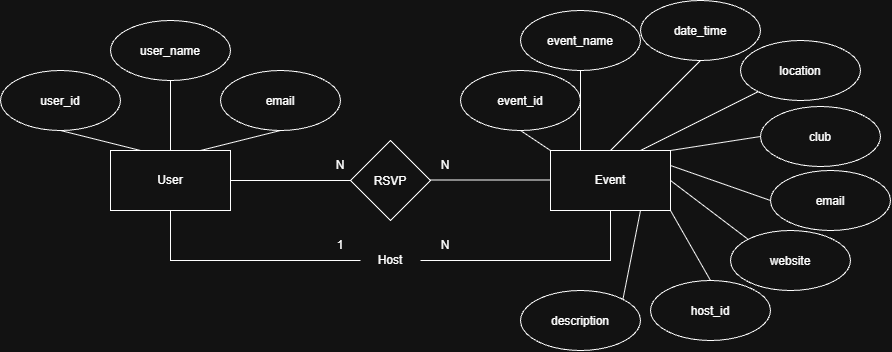
The draw.io diagram MVP ER Diagram.png in nfallin/campus-connect, before a commit. Source tidied: cells renumbered, new cells last; positions are measured from the earlier drawing's top-left corner, leaving out a move shared by most shapes.
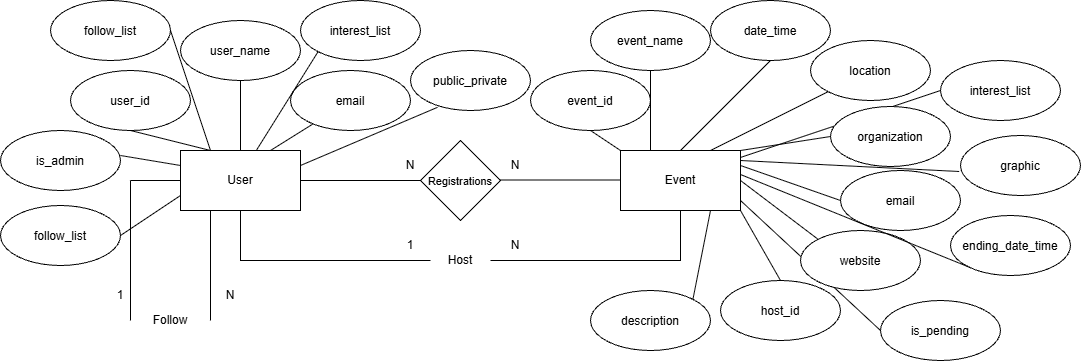
After the change.

Change to the diagram source:
```diff
@@ -2,6 +2,15 @@
   <root>
     <mxCell id="0" />
     <mxCell id="1" parent="0" />
+    <mxCell id="38" style="edgeStyle=none;rounded=0;orthogonalLoop=1;jettySize=auto;html=1;exitX=0.5;exitY=1;exitDx=0;exitDy=0;endArrow=none;endFill=0;" parent="1" edge="1">
+      <mxGeometry relative="1" as="geometry">
+        <mxPoint x="670" y="200" as="sourcePoint" />
+        <mxPoint x="810" y="330" as="targetPoint" />
+      </mxGeometry>
+    </mxCell>
+    <mxCell id="39" style="endArrow=none;html=1;rounded=0;defaultLabelBackgroundColor=page;exitX=1.003;exitY=0.114;exitDx=0;exitDy=0;exitPerimeter=0;entryX=0;entryY=0.5;entryDx=0;entryDy=0;" parent="1" edge="1" source="6" target="46">
+      <mxGeometry relative="1" as="geometry" />
+    </mxCell>
     <mxCell id="2" style="edgeStyle=none;rounded=0;jettySize=auto;html=1;exitX=1;exitY=0.5;exitDx=0;exitDy=0;entryX=0;entryY=0.5;entryDx=0;entryDy=0;startArrow=none;startFill=0;endArrow=none;endFill=0;" parent="1" edge="1" source="4" target="7">
       <mxGeometry relative="1" as="geometry" />
     </mxCell>
@@ -17,7 +26,7 @@
     <mxCell id="6" value="Event" style="rounded=0;whiteSpace=wrap;html=1;" parent="1" vertex="1">
       <mxGeometry x="550" y="150" width="120" height="60" as="geometry" />
     </mxCell>
-    <mxCell id="7" value="RSVP" style="rhombus;whiteSpace=wrap;html=1;shapeInside=1;" parent="1" vertex="1">
+    <mxCell id="7" value="&lt;font style=&quot;font-size: 11px;&quot;&gt;Registrations&lt;/font&gt;" style="rhombus;whiteSpace=wrap;html=1;shapeInside=1;" parent="1" vertex="1">
       <mxGeometry x="350" y="140" width="80" height="80" as="geometry" />
     </mxCell>
     <mxCell id="8" style="edgeStyle=none;rounded=0;orthogonalLoop=1;jettySize=auto;html=1;exitX=1;exitY=0.5;exitDx=0;exitDy=0;entryX=0;entryY=0.5;entryDx=0;entryDy=0;startArrow=none;startFill=0;endArrow=none;endFill=0;" parent="1" edge="1">
@@ -50,7 +59,7 @@
     <mxCell id="16" value="user_name" style="ellipse;whiteSpace=wrap;html=1;shapeInside=1;" parent="1" vertex="1">
       <mxGeometry x="110" y="20" width="120" height="60" as="geometry" />
     </mxCell>
-    <mxCell id="17" style="edgeStyle=none;rounded=0;jettySize=auto;html=1;exitX=0.5;exitY=1;exitDx=0;exitDy=0;entryX=0.75;entryY=0;entryDx=0;entryDy=0;endArrow=none;endFill=0;" parent="1" edge="1" source="18" target="4">
+    <mxCell id="17" style="edgeStyle=none;rounded=0;jettySize=auto;html=1;entryX=0.75;entryY=0;entryDx=0;entryDy=0;endArrow=none;endFill=0;" parent="1" edge="1" source="18" target="4">
       <mxGeometry relative="1" as="geometry" />
     </mxCell>
     <mxCell id="18" value="email" style="ellipse;whiteSpace=wrap;html=1;shapeInside=1;" parent="1" vertex="1">
@@ -104,7 +113,7 @@
     <mxCell id="34" value="description" style="ellipse;whiteSpace=wrap;html=1;shapeInside=1;" parent="1" vertex="1">
       <mxGeometry x="520" y="290" width="120" height="60" as="geometry" />
     </mxCell>
-    <mxCell id="35" value="club" style="ellipse;whiteSpace=wrap;html=1;shapeInside=1;" parent="1" vertex="1">
+    <mxCell id="35" value="organization" style="ellipse;whiteSpace=wrap;html=1;shapeInside=1;" parent="1" vertex="1">
       <mxGeometry x="760" y="106" width="120" height="60" as="geometry" />
     </mxCell>
     <mxCell id="36" style="edgeStyle=none;rounded=0;jettySize=auto;html=1;entryX=0.75;entryY=1;entryDx=0;entryDy=0;endArrow=none;endFill=0;exitX=1;exitY=0;exitDx=0;exitDy=0;" parent="1" edge="1" source="34" target="6">
@@ -113,5 +122,82 @@
     <mxCell id="37" value="email" style="ellipse;whiteSpace=wrap;html=1;shapeInside=1;" parent="1" vertex="1">
       <mxGeometry x="770" y="170" width="120" height="60" as="geometry" />
     </mxCell>
+    <mxCell id="40" style="endArrow=none;html=1;rounded=0;defaultLabelBackgroundColor=page;exitX=0;exitY=0.5;exitDx=0;exitDy=0;" parent="1" edge="1" source="4">
+      <mxGeometry relative="1" as="geometry">
+        <mxPoint x="60" y="180" as="targetPoint" />
+      </mxGeometry>
+    </mxCell>
+    <mxCell id="41" style="endArrow=none;html=1;rounded=0;defaultLabelBackgroundColor=page;entryX=0;entryY=0.5;entryDx=0;entryDy=0;" parent="1" edge="1">
+      <mxGeometry relative="1" as="geometry">
+        <mxPoint x="60" y="180" as="sourcePoint" />
+        <mxPoint x="60" y="320" as="targetPoint" />
+      </mxGeometry>
+    </mxCell>
+    <mxCell id="42" style="endArrow=none;html=1;rounded=0;defaultLabelBackgroundColor=page;exitX=1;exitY=0.5;exitDx=0;exitDy=0;entryX=0.25;entryY=1;entryDx=0;entryDy=0;" parent="1" edge="1" target="4">
+      <mxGeometry relative="1" as="geometry">
+        <mxPoint x="140" y="320" as="sourcePoint" />
+      </mxGeometry>
+    </mxCell>
+    <mxCell id="43" value="1" style="text;html=1;whiteSpace=wrap;strokeColor=none;fillColor=none;align=center;verticalAlign=middle;rounded=0;" parent="1" vertex="1">
+      <mxGeometry x="20" y="280" width="60" height="30" as="geometry" />
+    </mxCell>
+    <mxCell id="44" value="N" style="text;html=1;whiteSpace=wrap;strokeColor=none;fillColor=none;align=center;verticalAlign=middle;rounded=0;" parent="1" vertex="1">
+      <mxGeometry x="130" y="280" width="60" height="30" as="geometry" />
+    </mxCell>
+    <mxCell id="45" value="interest_list" style="ellipse;whiteSpace=wrap;html=1;shapeInside=1;" parent="1" vertex="1">
+      <mxGeometry x="230" width="120" height="60" as="geometry" />
+    </mxCell>
+    <mxCell id="46" value="interest_list&lt;div&gt;&lt;br&gt;&lt;/div&gt;" style="ellipse;whiteSpace=wrap;html=1;shapeInside=1;" parent="1" vertex="1">
+      <mxGeometry x="870" y="60" width="120" height="60" as="geometry" />
+    </mxCell>
+    <mxCell id="47" style="edgeStyle=none;rounded=0;jettySize=auto;html=1;exitX=0;exitY=1;exitDx=0;exitDy=0;entryX=0.635;entryY=-0.011;entryDx=0;entryDy=0;endArrow=none;endFill=0;entryPerimeter=0;" parent="1" edge="1" source="45" target="4">
+      <mxGeometry relative="1" as="geometry" />
+    </mxCell>
+    <mxCell id="48" value="graphic" style="ellipse;whiteSpace=wrap;html=1;shapeInside=1;" parent="1" vertex="1">
+      <mxGeometry x="890" y="135" width="120" height="60" as="geometry" />
+    </mxCell>
+    <mxCell id="49" style="endArrow=none;html=1;rounded=0;defaultLabelBackgroundColor=page;entryX=-0.011;entryY=0.6;entryDx=0;entryDy=0;entryPerimeter=0;" parent="1" edge="1" target="48">
+      <mxGeometry relative="1" as="geometry">
+        <mxPoint x="670" y="160" as="sourcePoint" />
+      </mxGeometry>
+    </mxCell>
+    <mxCell id="50" style="edgeStyle=none;rounded=0;jettySize=auto;html=1;entryX=1;entryY=0.25;entryDx=0;entryDy=0;endArrow=none;endFill=0;exitX=0.225;exitY=0.947;exitDx=0;exitDy=0;exitPerimeter=0;" parent="1" edge="1" source="51" target="4">
+      <mxGeometry relative="1" as="geometry" />
+    </mxCell>
+    <mxCell id="51" value="public_private" style="ellipse;whiteSpace=wrap;html=1;shapeInside=1;" parent="1" vertex="1">
+      <mxGeometry x="340" y="50" width="120" height="60" as="geometry" />
+    </mxCell>
+    <mxCell id="52" value="ending_date_time" style="ellipse;whiteSpace=wrap;html=1;shapeInside=1;" parent="1" vertex="1">
+      <mxGeometry x="880" y="215" width="120" height="60" as="geometry" />
+    </mxCell>
+    <mxCell id="53" style="edgeStyle=none;rounded=0;jettySize=auto;html=1;exitX=0;exitY=1;exitDx=0;exitDy=0;entryX=1;entryY=0.4;entryDx=0;entryDy=0;endArrow=none;endFill=0;entryPerimeter=0;" parent="1" edge="1" source="52" target="6">
+      <mxGeometry relative="1" as="geometry" />
+    </mxCell>
+    <mxCell id="54" value="follow_list" style="ellipse;whiteSpace=wrap;html=1;shapeInside=1;" parent="1" vertex="1">
+      <mxGeometry x="-20" width="120" height="60" as="geometry" />
+    </mxCell>
+    <mxCell id="55" style="edgeStyle=none;rounded=0;jettySize=auto;html=1;exitX=1;exitY=0.5;exitDx=0;exitDy=0;entryX=0.25;entryY=0;entryDx=0;entryDy=0;endArrow=none;endFill=0;" parent="1" edge="1" source="54" target="4">
+      <mxGeometry relative="1" as="geometry" />
+    </mxCell>
+    <mxCell id="56" value="is_admin" style="ellipse;whiteSpace=wrap;html=1;shapeInside=1;" parent="1" vertex="1">
+      <mxGeometry x="-70" y="130" width="120" height="60" as="geometry" />
+    </mxCell>
+    <mxCell id="57" style="edgeStyle=none;rounded=0;jettySize=auto;html=1;exitX=0.5;exitY=1;exitDx=0;exitDy=0;entryX=0;entryY=0.25;entryDx=0;entryDy=0;endArrow=none;endFill=0;" parent="1" edge="1" target="4">
+      <mxGeometry relative="1" as="geometry">
+        <mxPoint x="50" y="155" as="sourcePoint" />
+      </mxGeometry>
+    </mxCell>
+    <mxCell id="58" value="is_pending" style="ellipse;whiteSpace=wrap;html=1;shapeInside=1;" parent="1" vertex="1">
+      <mxGeometry x="810" y="300" width="120" height="60" as="geometry" />
+    </mxCell>
+    <mxCell id="59" value="Follow" style="text;html=1;whiteSpace=wrap;strokeColor=none;fillColor=none;align=center;verticalAlign=middle;rounded=0;" parent="1" vertex="1">
+      <mxGeometry x="70" y="305" width="60" height="30" as="geometry" />
+    </mxCell>
+    <mxCell id="60" value="follow_list" style="ellipse;whiteSpace=wrap;html=1;shapeInside=1;" parent="1" vertex="1">
+      <mxGeometry x="-70" y="205" width="120" height="60" as="geometry" />
+    </mxCell>
+    <mxCell id="61" style="edgeStyle=none;rounded=0;jettySize=auto;html=1;exitX=1;exitY=0.5;exitDx=0;exitDy=0;entryX=0;entryY=0.75;entryDx=0;entryDy=0;endArrow=none;endFill=0;" parent="1" edge="1" source="60" target="4">
+      <mxGeometry relative="1" as="geometry" />
+    </mxCell>
   </root>
 </mxGraphModel>
```
